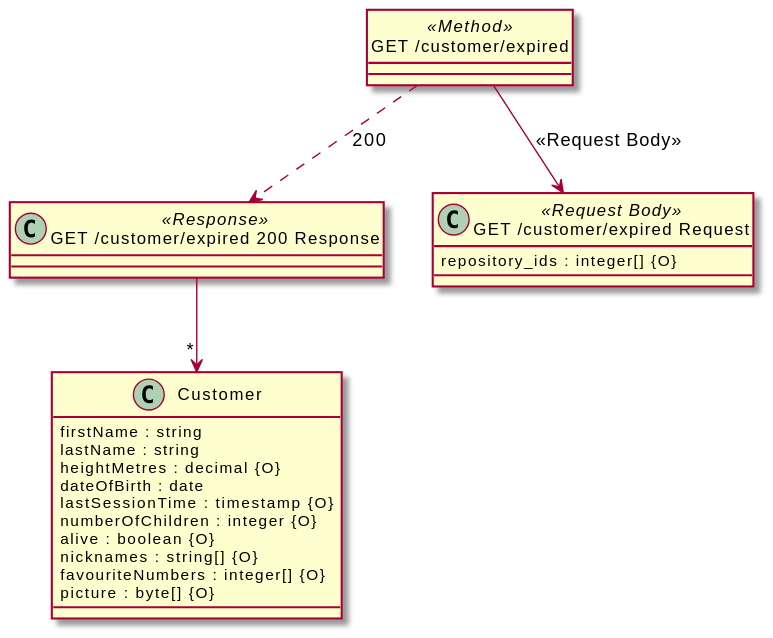
Before: src/docs/tests/request-body.puml.svg, a diagram exported from PlantUML (davidmoten/openapi-to-plantuml).
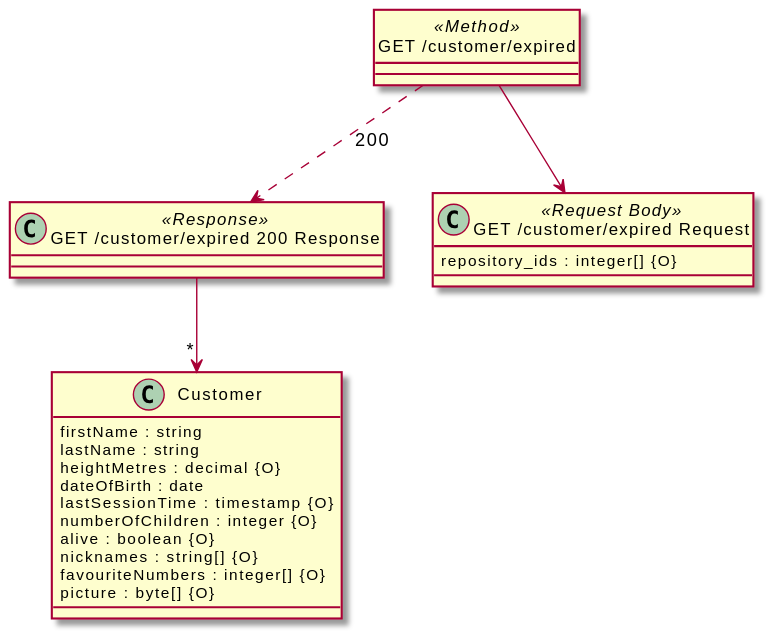
Later version of the same file.

Change to the diagram source:
```diff
@@ -29,6 +29,6 @@
   repository_ids : integer[] {O}
 }
 
-"GET /customer/expired" --> "GET /customer/expired Request" : "<<Request Body>>"
+"GET /customer/expired" --> "GET /customer/expired Request"
 
 @enduml
```
